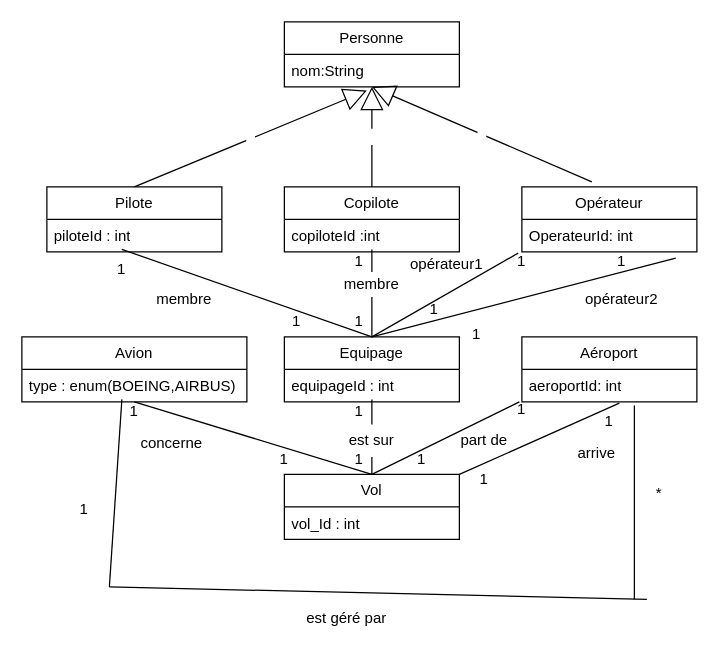
This is classes_agence_voyage.drawio from ewan-delanoy/uml_diagram, a draw.io file, before an edit. Source tidied: cells renumbered, new cells numbered last; positions are measured from the earlier drawing's top-left corner, leaving out a move shared by most shapes. Both pictures are drawn from the tidied source at 125%, with x=0, y=0 at pixel (21, 21).
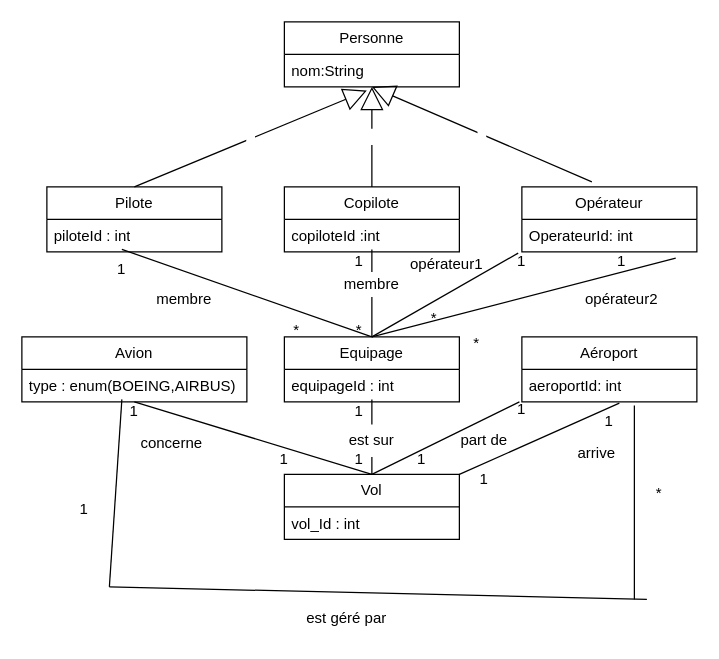
Above is the later version.

Commit message (it also covers changes not shown here):
Mettre à jour classes_agence_voyage.drawio

What changed in the source:
```diff
@@
-    <mxCell id="41" value="&lt;div&gt;1&lt;/div&gt;&lt;div&gt;&lt;br&gt;&lt;/div&gt;" style="text;html=1;strokeColor=none;fillColor=none;align=center;verticalAlign=middle;whiteSpace=wrap;rounded=0;" parent="1" vertex="1">
+    <mxCell id="41" value="*" style="text;html=1;strokeColor=none;fillColor=none;align=center;verticalAlign=middle;whiteSpace=wrap;rounded=0;" parent="1" vertex="1">
       <mxGeometry x="354" y="242" width="20" height="30" as="geometry" />
     </mxCell>
@@
-    <mxCell id="43" value="&lt;div&gt;1&lt;/div&gt;&lt;div&gt;&lt;br&gt;&lt;/div&gt;" style="text;html=1;strokeColor=none;fillColor=none;align=center;verticalAlign=middle;whiteSpace=wrap;rounded=0;" parent="1" vertex="1">
+    <mxCell id="43" value="*" style="text;html=1;strokeColor=none;fillColor=none;align=center;verticalAlign=middle;whiteSpace=wrap;rounded=0;" parent="1" vertex="1">
       <mxGeometry x="320" y="222" width="20" height="30" as="geometry" />
     </mxCell>
-    <mxCell id="44" value="&lt;div&gt;1&lt;/div&gt;&lt;div&gt;&lt;br&gt;&lt;/div&gt;" style="text;html=1;strokeColor=none;fillColor=none;align=center;verticalAlign=middle;whiteSpace=wrap;rounded=0;" parent="1" vertex="1">
+    <mxCell id="44" value="*" style="text;html=1;strokeColor=none;fillColor=none;align=center;verticalAlign=middle;whiteSpace=wrap;rounded=0;" parent="1" vertex="1">
       <mxGeometry x="260" y="232" width="20" height="30" as="geometry" />
     </mxCell>
@@
-    <mxCell id="47" value="&lt;div&gt;1&lt;/div&gt;&lt;div&gt;&lt;br&gt;&lt;/div&gt;" style="text;html=1;strokeColor=none;fillColor=none;align=center;verticalAlign=middle;whiteSpace=wrap;rounded=0;" parent="1" vertex="1">
+    <mxCell id="47" value="*" style="text;html=1;strokeColor=none;fillColor=none;align=center;verticalAlign=middle;whiteSpace=wrap;rounded=0;" parent="1" vertex="1">
       <mxGeometry x="210" y="232" width="20" height="30" as="geometry" />
     </mxCell>
```
